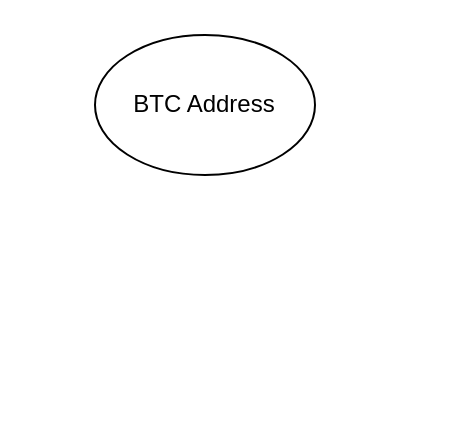
This is bigdata-study/计算风险分.drawio from cxinping/bigdata, a draw.io file, before an edit. Source tidied: cells renumbered, new cells numbered last; positions are measured from the earlier drawing's top-left corner, leaving out a move shared by most shapes. Both pictures are drawn from the tidied source at 200%, with x=0, y=0 at pixel (94, 34).
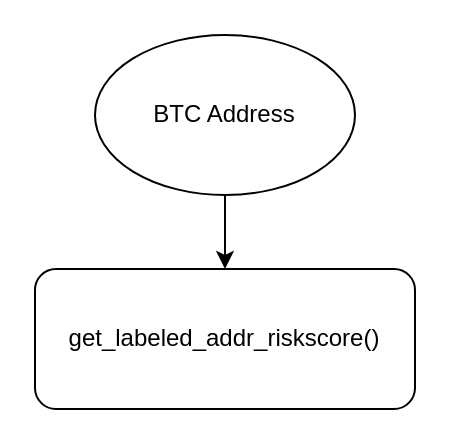
After the change.

Commit message (it also covers changes not shown here):
Update 计算风险分.drawio

Diff of the diagram source:
```diff
@@
 <mxGraphModel>
   <root>
     <mxCell id="0" />
     <mxCell id="1" parent="0" />
     <mxCell id="2" value="BTC Address" style="ellipse;whiteSpace=wrap;html=1;" parent="1" vertex="1">
-      <mxGeometry width="110" height="70" as="geometry" />
+      <mxGeometry width="130" height="80" as="geometry" />
     </mxCell>
+    <mxCell id="3" value="get_labeled_addr_riskscore()" style="rounded=1;whiteSpace=wrap;html=1;" parent="1" vertex="1">
+      <mxGeometry x="-30" y="117" width="190" height="70" as="geometry" />
+    </mxCell>
+    <mxCell id="4" style="endArrow=classic;html=1;exitX=0.5;exitY=1;exitDx=0;exitDy=0;entryX=0.5;entryY=0;entryDx=0;entryDy=0;" parent="1" edge="1" source="2" target="3">
+      <mxGeometry relative="1" as="geometry" />
+    </mxCell>
   </root>
 </mxGraphModel>
```
